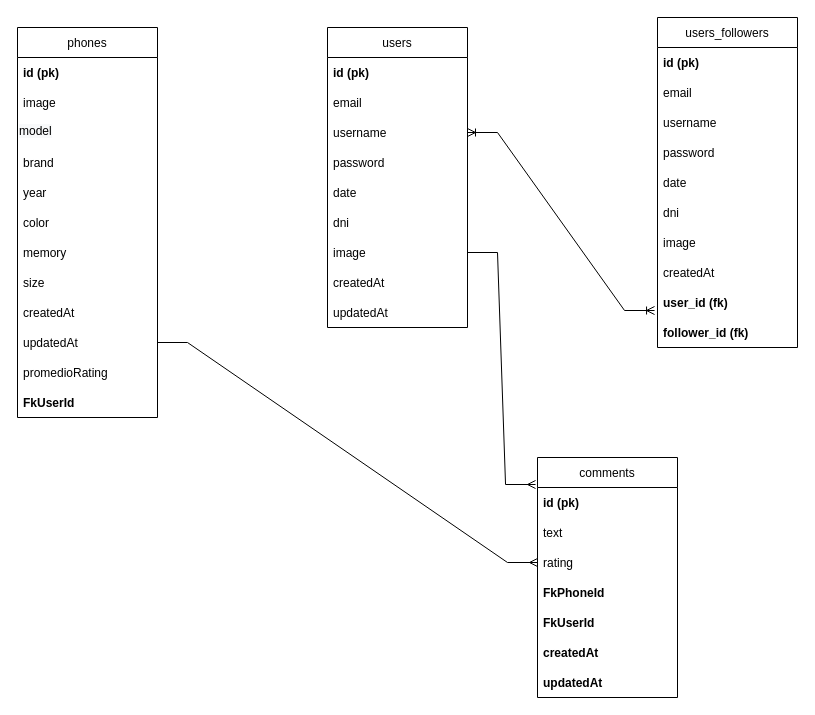
Earlier version of the draw.io diagram Prog2-G3/database/der/Untitled.drawio (martinquijano5/Prog-2-G3). Source tidied: cells renumbered, new cells numbered last; positions are measured from the earlier drawing's top-left corner, leaving out a move shared by most shapes. Both pictures are drawn from the tidied source at 100%, with x=0, y=0 at pixel (17, 17).
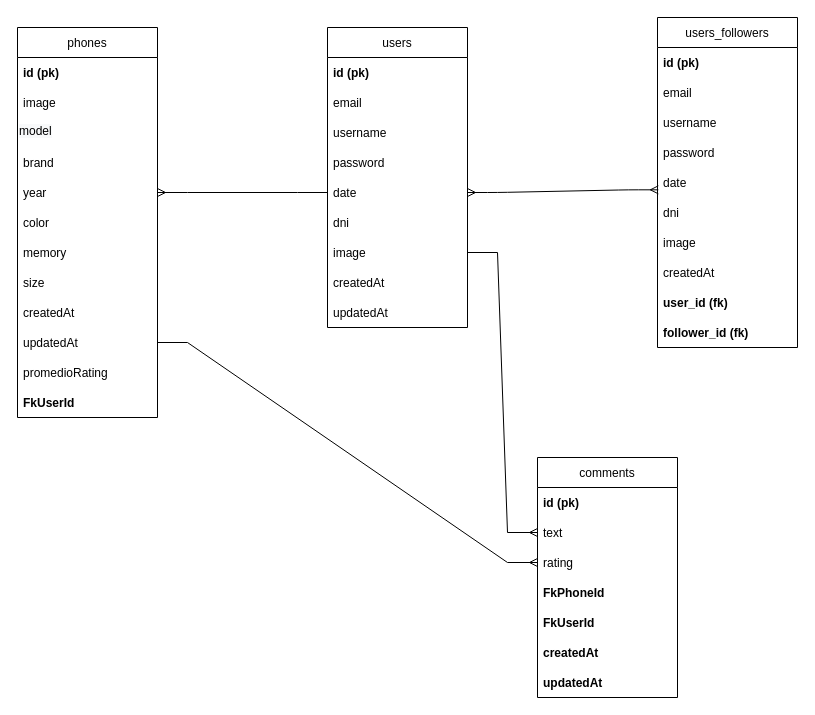
The same diagram, later.

Unchanged cells that the change refers to:
```xml
<mxCell id="7" value="year" style="text;strokeColor=none;fillColor=none;align=left;verticalAlign=middle;spacingLeft=4;spacingRight=4;overflow=hidden;points=[[0,0.5],[1,0.5]];portConstraint=eastwest;" parent="2" vertex="1">
  <mxGeometry y="150" width="140" height="30" as="geometry" />
</mxCell>
<mxCell id="18" value="username" style="text;strokeColor=none;fillColor=none;align=left;verticalAlign=middle;spacingLeft=4;spacingRight=4;overflow=hidden;points=[[0,0.5],[1,0.5]];portConstraint=eastwest;" parent="15" vertex="1">
  <mxGeometry y="90" width="140" height="30" as="geometry" />
</mxCell>
<mxCell id="20" value="date" style="text;strokeColor=none;fillColor=none;align=left;verticalAlign=middle;spacingLeft=4;spacingRight=4;overflow=hidden;points=[[0,0.5],[1,0.5]];portConstraint=eastwest;" parent="15" vertex="1">
  <mxGeometry y="150" width="140" height="30" as="geometry" />
</mxCell>
<mxCell id="22" value="image" style="text;strokeColor=none;fillColor=none;align=left;verticalAlign=middle;spacingLeft=4;spacingRight=4;overflow=hidden;points=[[0,0.5],[1,0.5]];portConstraint=eastwest;" parent="15" vertex="1">
  <mxGeometry y="210" width="140" height="30" as="geometry" />
</mxCell>
<mxCell id="26" value="id (pk)" style="text;strokeColor=none;fillColor=none;align=left;verticalAlign=middle;spacingLeft=4;spacingRight=4;overflow=hidden;points=[[0,0.5],[1,0.5]];portConstraint=eastwest;fontStyle=1;" parent="25" vertex="1">
  <mxGeometry y="30" width="140" height="30" as="geometry" />
</mxCell>
<mxCell id="27" value="text" style="text;strokeColor=none;fillColor=none;align=left;verticalAlign=middle;spacingLeft=4;spacingRight=4;overflow=hidden;points=[[0,0.5],[1,0.5]];portConstraint=eastwest;" parent="25" vertex="1">
  <mxGeometry y="60" width="140" height="30" as="geometry" />
</mxCell>
<mxCell id="39" value="date" style="text;strokeColor=none;fillColor=none;align=left;verticalAlign=middle;spacingLeft=4;spacingRight=4;overflow=hidden;points=[[0,0.5],[1,0.5]];portConstraint=eastwest;" parent="34" vertex="1">
  <mxGeometry y="150" width="140" height="30" as="geometry" />
</mxCell>
<mxCell id="43" value="user_id (fk)" style="text;strokeColor=none;fillColor=none;align=left;verticalAlign=middle;spacingLeft=4;spacingRight=4;overflow=hidden;points=[[0,0.5],[1,0.5]];portConstraint=eastwest;fontStyle=1;" parent="34" vertex="1">
  <mxGeometry y="270" width="140" height="30" as="geometry" />
</mxCell>
```

Diff of the diagram source:
```diff
@@
-    <mxCell id="45" style="edgeStyle=entityRelationEdgeStyle;fontSize=12;html=1;endArrow=ERmany;rounded=0;entryX=-0.014;entryY=-0.1;entryDx=0;entryDy=0;exitX=1;exitY=0.5;exitDx=0;exitDy=0;entryPerimeter=0;" parent="1" edge="1" source="22" target="26">
+    <mxCell id="45" style="edgeStyle=entityRelationEdgeStyle;fontSize=12;html=1;endArrow=ERmany;rounded=0;entryX=0;entryY=0.5;entryDx=0;entryDy=0;exitX=1;exitY=0.5;exitDx=0;exitDy=0;" parent="1" edge="1" source="22" target="27">
       <mxGeometry relative="1" as="geometry" />
     </mxCell>
-    <mxCell id="46" style="edgeStyle=entityRelationEdgeStyle;fontSize=12;html=1;endArrow=ERoneToMany;startArrow=ERoneToMany;rounded=0;exitX=1;exitY=0.5;exitDx=0;exitDy=0;entryX=-0.021;entryY=0.767;entryDx=0;entryDy=0;entryPerimeter=0;" parent="1" edge="1" source="18" target="43">
-      <mxGeometry relative="1" as="geometry" />
-    </mxCell>
+    <mxCell id="47" style="edgeStyle=entityRelationEdgeStyle;fontSize=12;html=1;endArrow=ERmany;rounded=0;entryX=1;entryY=0.5;entryDx=0;entryDy=0;exitX=0;exitY=0.5;exitDx=0;exitDy=0;" parent="1" edge="1" source="20" target="7">
+      <mxGeometry relative="1" as="geometry" />
+    </mxCell>
+    <mxCell id="48" style="edgeStyle=entityRelationEdgeStyle;fontSize=12;html=1;endArrow=ERmany;startArrow=ERmany;exitX=1;exitY=0.5;exitDx=0;exitDy=0;entryX=0.006;entryY=0.744;entryDx=0;entryDy=0;entryPerimeter=0;" parent="1" edge="1" source="20" target="39">
+      <mxGeometry relative="1" as="geometry" />
+    </mxCell>
```
